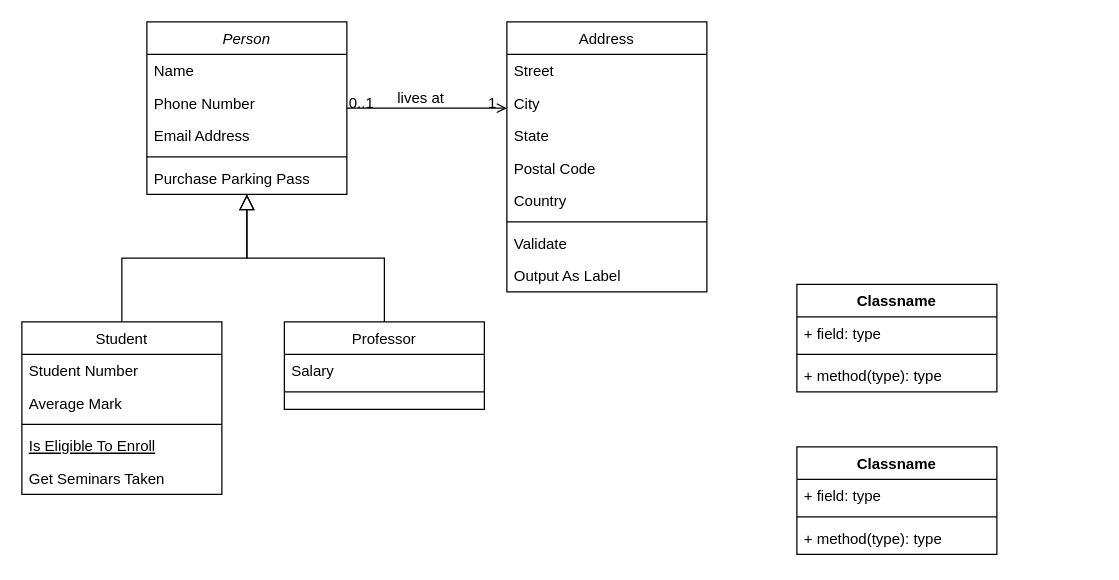
unclequentin/diagrams keeps this draw.io diagram as 渠道账单导入.drawio. Above is the earlier version. Source tidied: cells renumbered, new cells numbered last; positions are measured from the earlier drawing's top-left corner, leaving out a move shared by most shapes. Both pictures are drawn from the tidied source at 125%, with x=0, y=0 at pixel (21, 21).
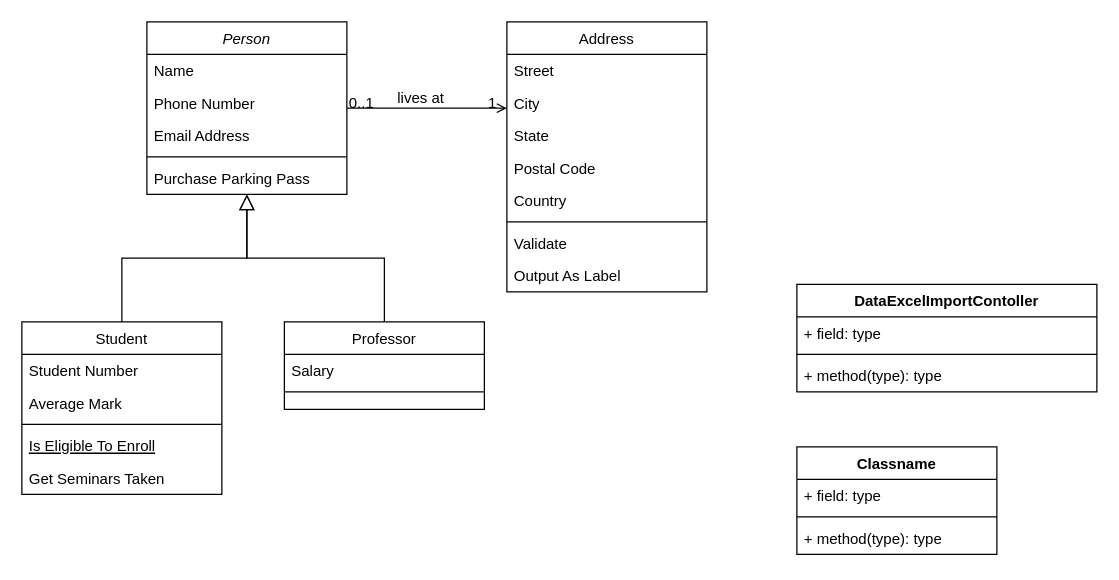
The same page after the edit.

Commit message (it also covers changes not shown here):
更新渠道账单导入.drawio

Diff of the diagram source:
```diff
@@
-    <mxCell id="36" value="Classname" style="swimlane;fontStyle=1;align=center;verticalAlign=top;horizontal=1;startSize=26;whiteSpace=wrap;html=1;" parent="1" vertex="1">
-      <mxGeometry x="620" y="210" width="160" height="86" as="geometry" />
+    <mxCell id="36" value="DataExcelImportContoller" style="swimlane;fontStyle=1;align=center;verticalAlign=top;horizontal=1;startSize=26;whiteSpace=wrap;html=1;" parent="1" vertex="1">
+      <mxGeometry x="620" y="210" width="240" height="86" as="geometry" />
     </mxCell>
     <mxCell id="37" value="+ field: type" style="text;strokeColor=none;fillColor=none;align=left;verticalAlign=top;spacingLeft=4;spacingRight=4;overflow=hidden;whiteSpace=wrap;html=1;" parent="36" vertex="1">
-      <mxGeometry y="26" width="160" height="26" as="geometry" />
+      <mxGeometry y="26" width="240" height="26" as="geometry" />
     </mxCell>
     <mxCell id="38" style="line;strokeWidth=1;fillColor=none;align=left;verticalAlign=middle;spacingTop=-1;spacingLeft=3;spacingRight=3;labelPosition=right;strokeColor=inherit;" parent="36" vertex="1">
-      <mxGeometry y="52" width="160" height="8" as="geometry" />
+      <mxGeometry y="52" width="240" height="8" as="geometry" />
     </mxCell>
     <mxCell id="39" value="+ method(type): type" style="text;strokeColor=none;fillColor=none;align=left;verticalAlign=top;spacingLeft=4;spacingRight=4;overflow=hidden;whiteSpace=wrap;html=1;" parent="36" vertex="1">
-      <mxGeometry y="60" width="160" height="26" as="geometry" />
+      <mxGeometry y="60" width="240" height="26" as="geometry" />
     </mxCell>
```
